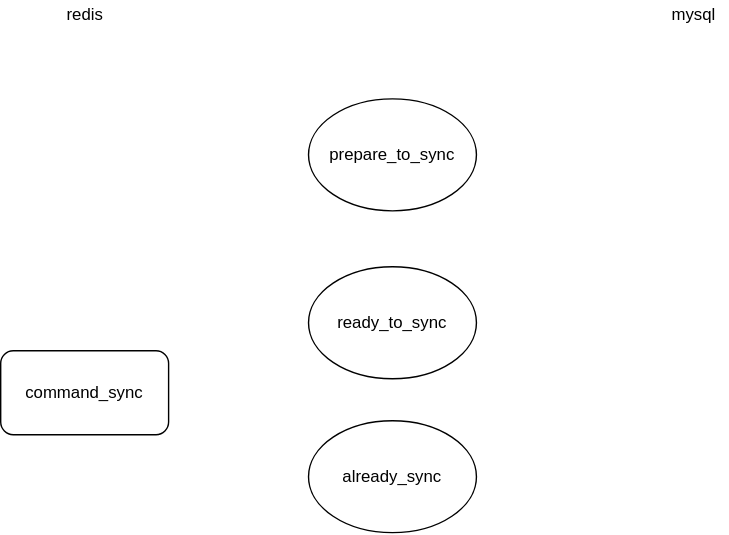
The draw.io diagram tc_服务端命令执行状态转换.svg in c17abab/diag_pics, before a commit. Source tidied: cells renumbered, new cells last; positions are measured from the earlier drawing's top-left corner, leaving out a move shared by most shapes. The source it was exported from:
```xml
<mxGraphModel>
  <root>
    <mxCell id="0" />
    <mxCell id="1" parent="0" />
    <mxCell id="2" value="redis" style="text;html=1;align=center;verticalAlign=middle;fillColor=none;strokeColor=none;rounded=0;" parent="1" vertex="1">
      <mxGeometry x="40" width="40" height="20" as="geometry" />
    </mxCell>
    <mxCell id="3" value="mysql" style="text;html=1;align=center;verticalAlign=middle;fillColor=none;strokeColor=none;rounded=0;" parent="1" vertex="1">
      <mxGeometry x="470" width="50" height="20" as="geometry" />
    </mxCell>
    <mxCell id="4" value="command_sync" style="rounded=1;whiteSpace=wrap;html=1;" parent="1" vertex="1">
      <mxGeometry y="250" width="120" height="60" as="geometry" />
    </mxCell>
    <mxCell id="5" value="ready_to_sync" style="ellipse;whiteSpace=wrap;html=1;rounded=1;" parent="1" vertex="1">
      <mxGeometry x="220" y="190" width="120" height="80" as="geometry" />
    </mxCell>
    <mxCell id="6" value="already_sync" style="ellipse;whiteSpace=wrap;html=1;rounded=1;" parent="1" vertex="1">
      <mxGeometry x="220" y="300" width="120" height="80" as="geometry" />
    </mxCell>
    <mxCell id="7" value="prepare_to_sync" style="ellipse;whiteSpace=wrap;html=1;rounded=1;" parent="1" vertex="1">
      <mxGeometry x="220" y="70" width="120" height="80" as="geometry" />
    </mxCell>
  </root>
</mxGraphModel>
```
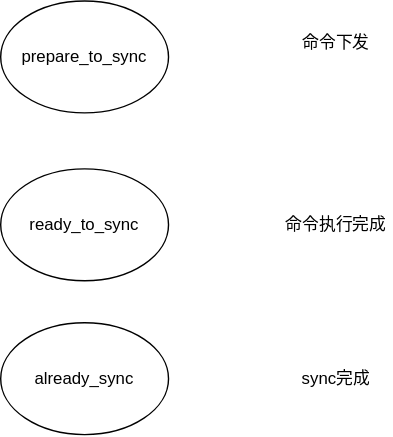
Later version of the same file.

Commit message:
更新tc_服务端命令执行状态转换.svg

Change to the diagram source:
```diff
@@ -2,15 +2,6 @@
   <root>
     <mxCell id="0" />
     <mxCell id="1" parent="0" />
-    <mxCell id="2" value="redis" style="text;html=1;align=center;verticalAlign=middle;fillColor=none;strokeColor=none;rounded=0;" parent="1" vertex="1">
-      <mxGeometry x="40" width="40" height="20" as="geometry" />
-    </mxCell>
-    <mxCell id="3" value="mysql" style="text;html=1;align=center;verticalAlign=middle;fillColor=none;strokeColor=none;rounded=0;" parent="1" vertex="1">
-      <mxGeometry x="470" width="50" height="20" as="geometry" />
-    </mxCell>
-    <mxCell id="4" value="command_sync" style="rounded=1;whiteSpace=wrap;html=1;" parent="1" vertex="1">
-      <mxGeometry y="250" width="120" height="60" as="geometry" />
-    </mxCell>
     <mxCell id="5" value="ready_to_sync" style="ellipse;whiteSpace=wrap;html=1;rounded=1;" parent="1" vertex="1">
       <mxGeometry x="220" y="190" width="120" height="80" as="geometry" />
     </mxCell>
@@ -20,5 +11,14 @@
     <mxCell id="7" value="prepare_to_sync" style="ellipse;whiteSpace=wrap;html=1;rounded=1;" parent="1" vertex="1">
       <mxGeometry x="220" y="70" width="120" height="80" as="geometry" />
     </mxCell>
+    <mxCell id="8" value="命令下发" style="text;html=1;strokeColor=none;fillColor=none;align=center;verticalAlign=middle;whiteSpace=wrap;rounded=0;" parent="1" vertex="1">
+      <mxGeometry x="420" y="90" width="80" height="20" as="geometry" />
+    </mxCell>
+    <mxCell id="9" value="命令执行完成" style="text;html=1;strokeColor=none;fillColor=none;align=center;verticalAlign=middle;whiteSpace=wrap;rounded=0;" parent="1" vertex="1">
+      <mxGeometry x="420" y="220" width="80" height="20" as="geometry" />
+    </mxCell>
+    <mxCell id="10" value="sync完成" style="text;html=1;strokeColor=none;fillColor=none;align=center;verticalAlign=middle;whiteSpace=wrap;rounded=0;" parent="1" vertex="1">
+      <mxGeometry x="420" y="330" width="80" height="20" as="geometry" />
+    </mxCell>
   </root>
 </mxGraphModel>
```
